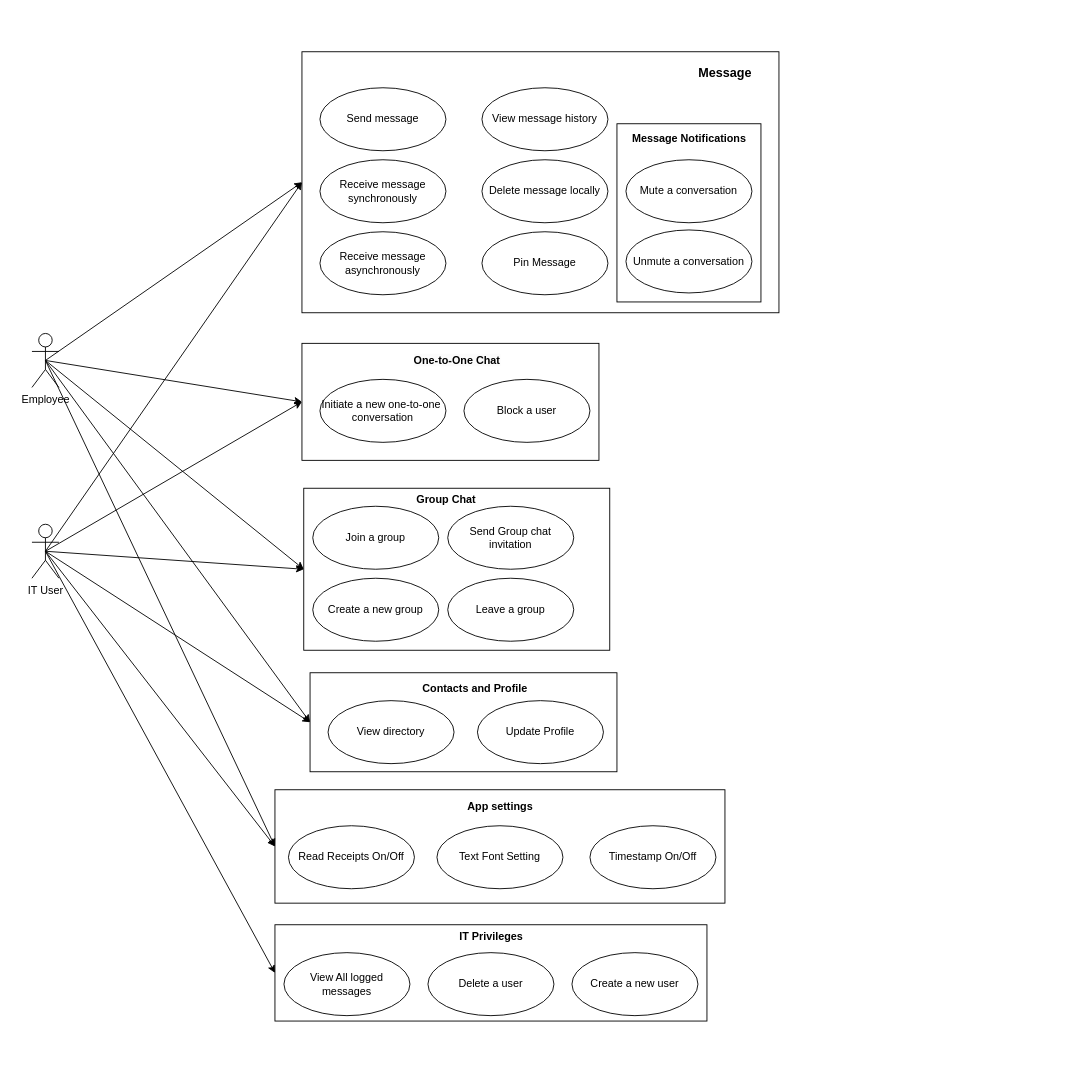
Above: page "Page-1" (1 of 2) of Use_Case_Diagram/Use_Case_Diagram.drawio in Derion12/CS401_Communication_Project_Sp24 (draw.io), before the change. Source tidied: cells renumbered, new cells numbered last; positions are measured from the earlier drawing's top-left corner, leaving out a move shared by most shapes. Both pictures are drawn from the tidied source at 90%, with x=0, y=0 at pixel (32, 51).
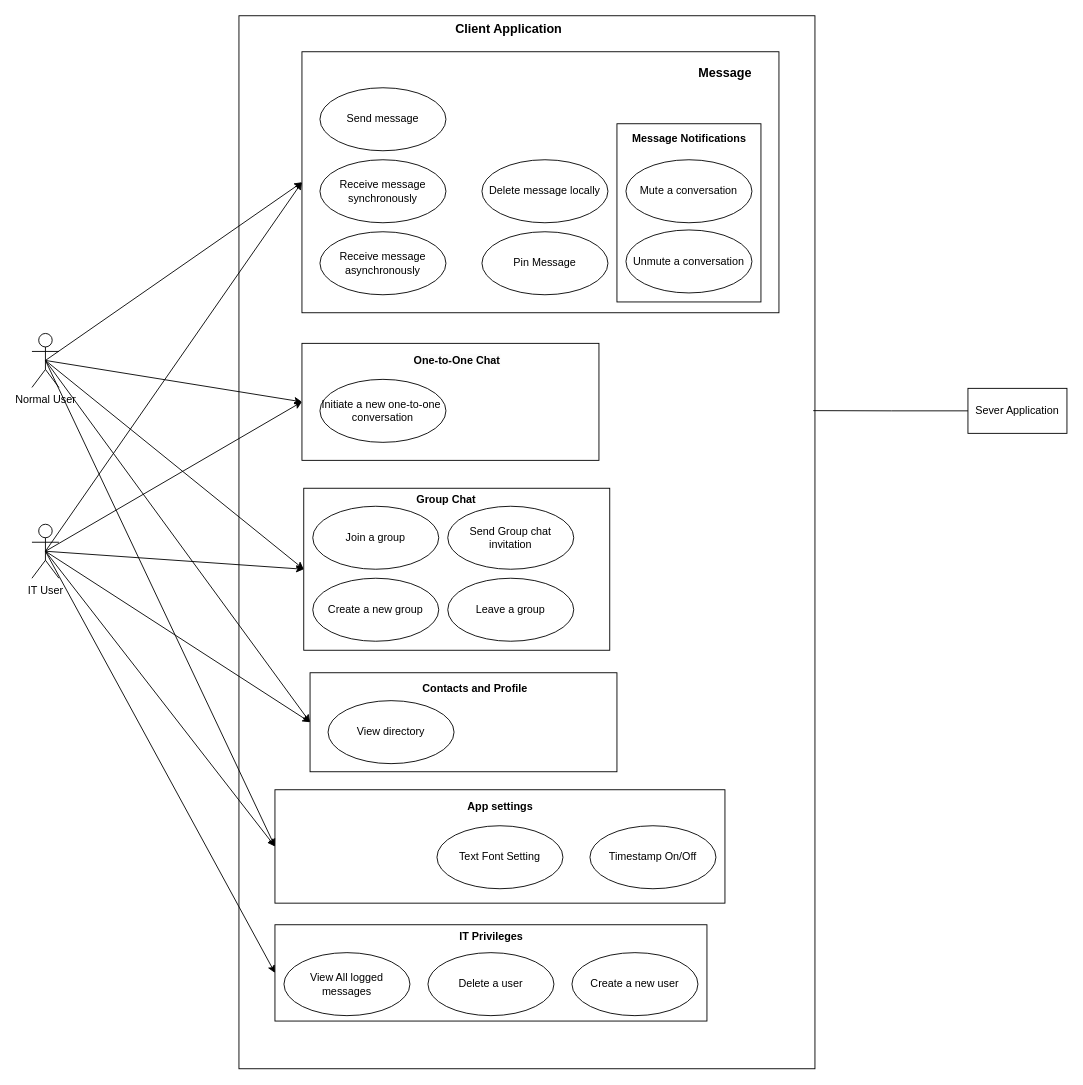
The same diagram, later.

Diff of the diagram source:
```diff
@@
+    <mxCell id="51" style="rounded=0;whiteSpace=wrap;html=1;" parent="1" vertex="1">
+      <mxGeometry x="230" y="-40" width="640" height="1170" as="geometry" />
+    </mxCell>
@@
-    <mxCell id="13" value="Employee" style="shape=umlActor;verticalLabelPosition=bottom;verticalAlign=top;html=1;" parent="1" vertex="1">
+    <mxCell id="13" value="Normal User" style="shape=umlActor;verticalLabelPosition=bottom;verticalAlign=top;html=1;" parent="1" vertex="1">
       <mxGeometry y="313" width="30" height="60" as="geometry" />
     </mxCell>
@@
-    <mxCell id="24" value="View message history" style="ellipse;whiteSpace=wrap;html=1;" parent="1" vertex="1">
-      <mxGeometry x="500" y="40" width="140" height="70" as="geometry" />
-    </mxCell>
@@
-    <mxCell id="26" value="Block a user" style="ellipse;whiteSpace=wrap;html=1;" parent="1" vertex="1">
-      <mxGeometry x="480" y="364" width="140" height="70" as="geometry" />
-    </mxCell>
@@
-    <mxCell id="41" value="Update Profile" style="ellipse;whiteSpace=wrap;html=1;" parent="1" vertex="1">
-      <mxGeometry x="495" y="721" width="140" height="70" as="geometry" />
-    </mxCell>
@@
-    <mxCell id="43" value="Read Receipts On/Off" style="ellipse;whiteSpace=wrap;html=1;" parent="1" vertex="1">
-      <mxGeometry x="285" y="860" width="140" height="70" as="geometry" />
-    </mxCell>
@@
+    <mxCell id="52" value="&lt;font style=&quot;font-size: 14px;&quot;&gt;Client Application&lt;/font&gt;" style="text;html=1;align=center;verticalAlign=middle;whiteSpace=wrap;rounded=0;fontStyle=1;" parent="1" vertex="1">
+      <mxGeometry x="460" y="-40" width="140" height="30" as="geometry" />
+    </mxCell>
+    <mxCell id="53" value="Sever Application" style="html=1;whiteSpace=wrap;" parent="1" vertex="1">
+      <mxGeometry x="1040" y="374" width="110" height="50" as="geometry" />
+    </mxCell>
+    <mxCell id="54" style="edgeStyle=orthogonalEdgeStyle;rounded=0;jettySize=auto;html=1;exitX=0;exitY=0.5;exitDx=0;exitDy=0;entryX=0.997;entryY=0.375;entryDx=0;entryDy=0;entryPerimeter=0;endArrow=none;endFill=0;" parent="1" edge="1" source="53" target="51">
+      <mxGeometry relative="1" as="geometry" />
+    </mxCell>
```
